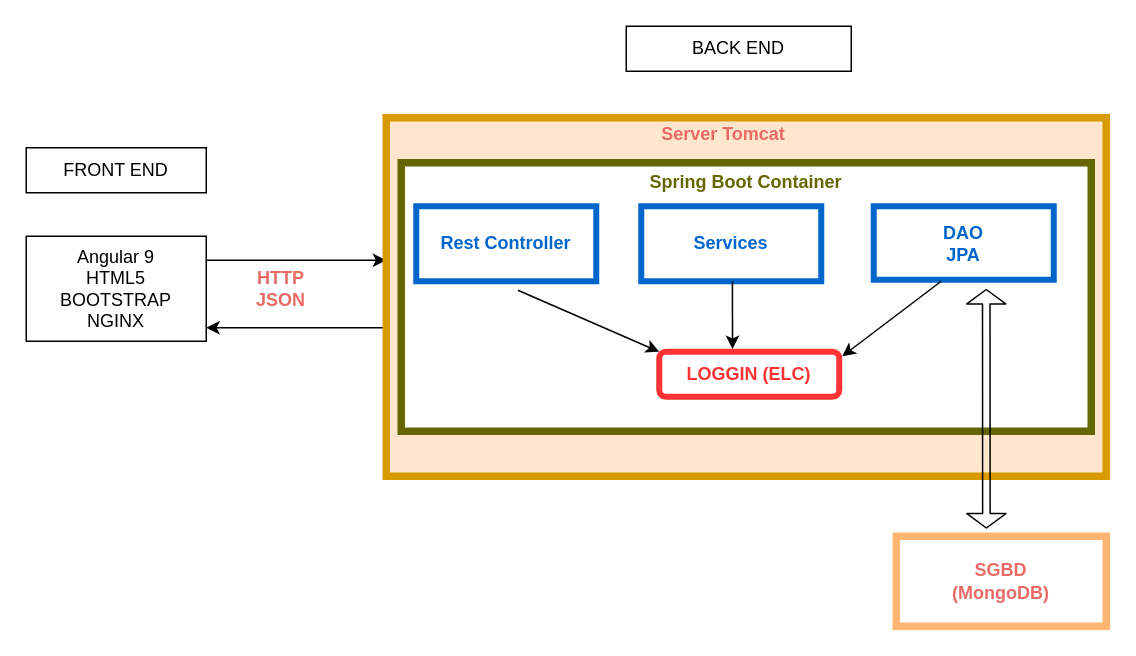
Before: diagramme applicatif.drawio in jbtarik/diagrammes, a draw.io diagram. Source tidied: cells renumbered, new cells numbered last; positions are measured from the earlier drawing's top-left corner, leaving out a move shared by most shapes. Both pictures are drawn from the tidied source at 150%, with x=0, y=0 at pixel (26, 26).
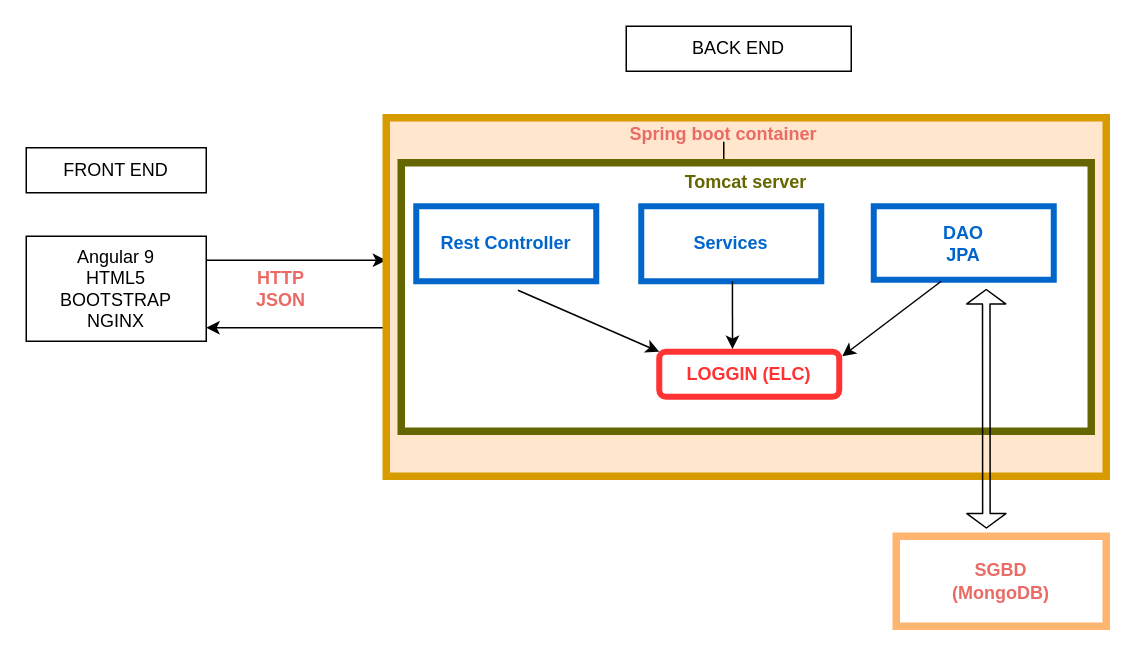
The same page after the edit.

The change refers to these unchanged cells:
```xml
<mxCell id="10" style="rounded=0;whiteSpace=wrap;html=1;fontColor=#EA6B66;strokeWidth=5;strokeColor=#666600;" parent="1" vertex="1">
  <mxGeometry x="250" y="91" width="460" height="179" as="geometry" />
</mxCell>
```

Change to the diagram source:
```diff
@@
+    <mxCell id="21" style="edgeStyle=orthogonalEdgeStyle;rounded=0;jettySize=auto;html=1;" parent="1" edge="1" source="9" target="10">
+      <mxGeometry relative="1" as="geometry" />
+    </mxCell>
-    <mxCell id="9" value="Server Tomcat" style="text;html=1;strokeColor=none;fillColor=none;align=center;verticalAlign=middle;whiteSpace=wrap;rounded=0;fontColor=#EA6B66;fontStyle=1;" parent="1" vertex="1">
+    <mxCell id="9" value="Spring boot container" style="text;html=1;strokeColor=none;fillColor=none;align=center;verticalAlign=middle;whiteSpace=wrap;rounded=0;fontColor=#EA6B66;fontStyle=1;" parent="1" vertex="1">
       <mxGeometry x="400" y="67" width="130" height="10" as="geometry" />
     </mxCell>
@@
-    <mxCell id="11" value="Spring Boot Container" style="text;html=1;align=center;verticalAlign=middle;whiteSpace=wrap;rounded=0;fontStyle=1;fontColor=#666600;" parent="1" vertex="1">
+    <mxCell id="11" value="Tomcat server" style="text;html=1;align=center;verticalAlign=middle;whiteSpace=wrap;rounded=0;fontStyle=1;fontColor=#666600;" parent="1" vertex="1">
       <mxGeometry x="395" y="96" width="170" height="15" as="geometry" />
     </mxCell>
```
